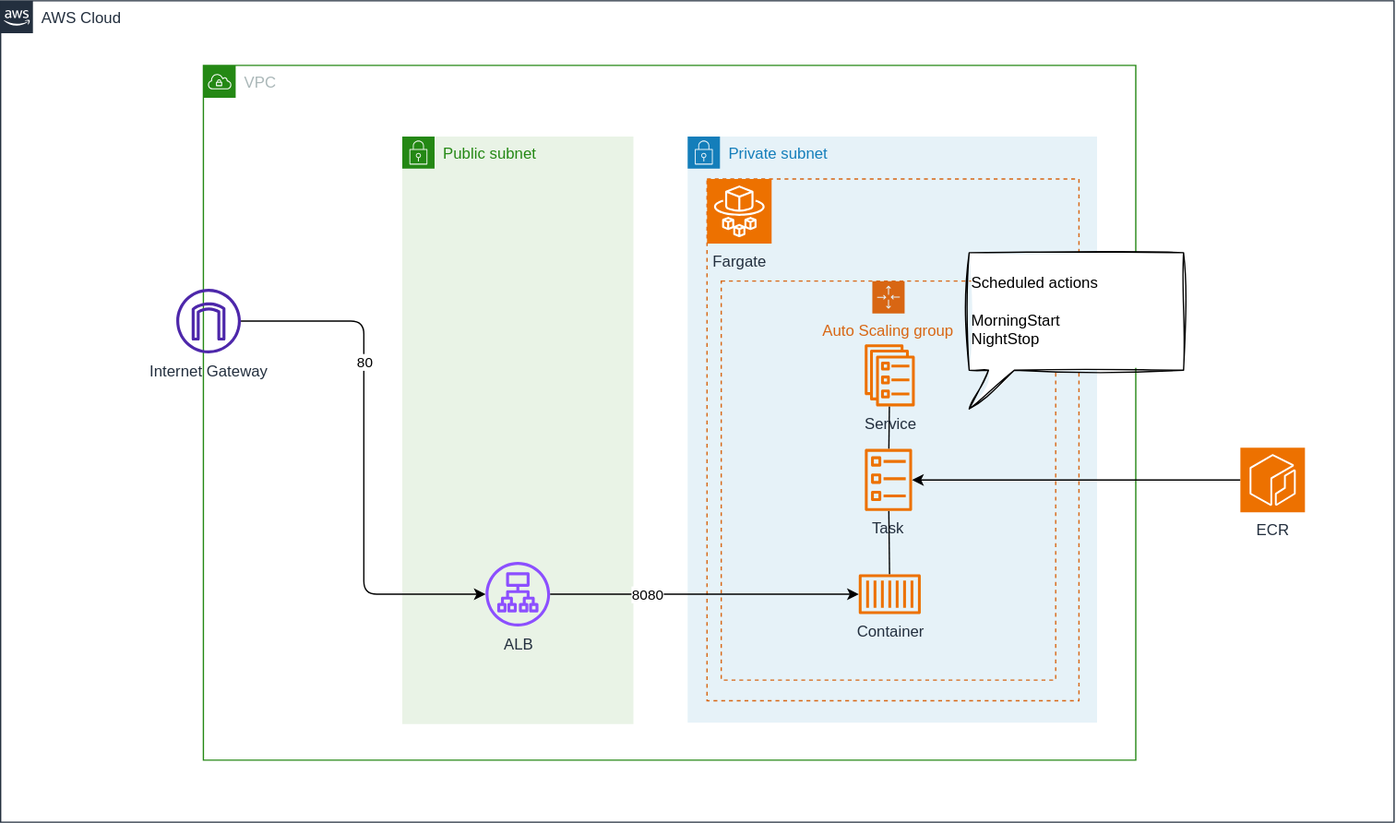
ishiharatma/aws-cdk-reference-architectures keeps this draw.io diagram as infrastructure/cdk-workspaces/workspaces/ecs-fargate-alb/overview.drawio.svg. Above is the earlier version. Source tidied: cells renumbered, new cells last; positions are measured from the earlier drawing's top-left corner, leaving out a move shared by most shapes.
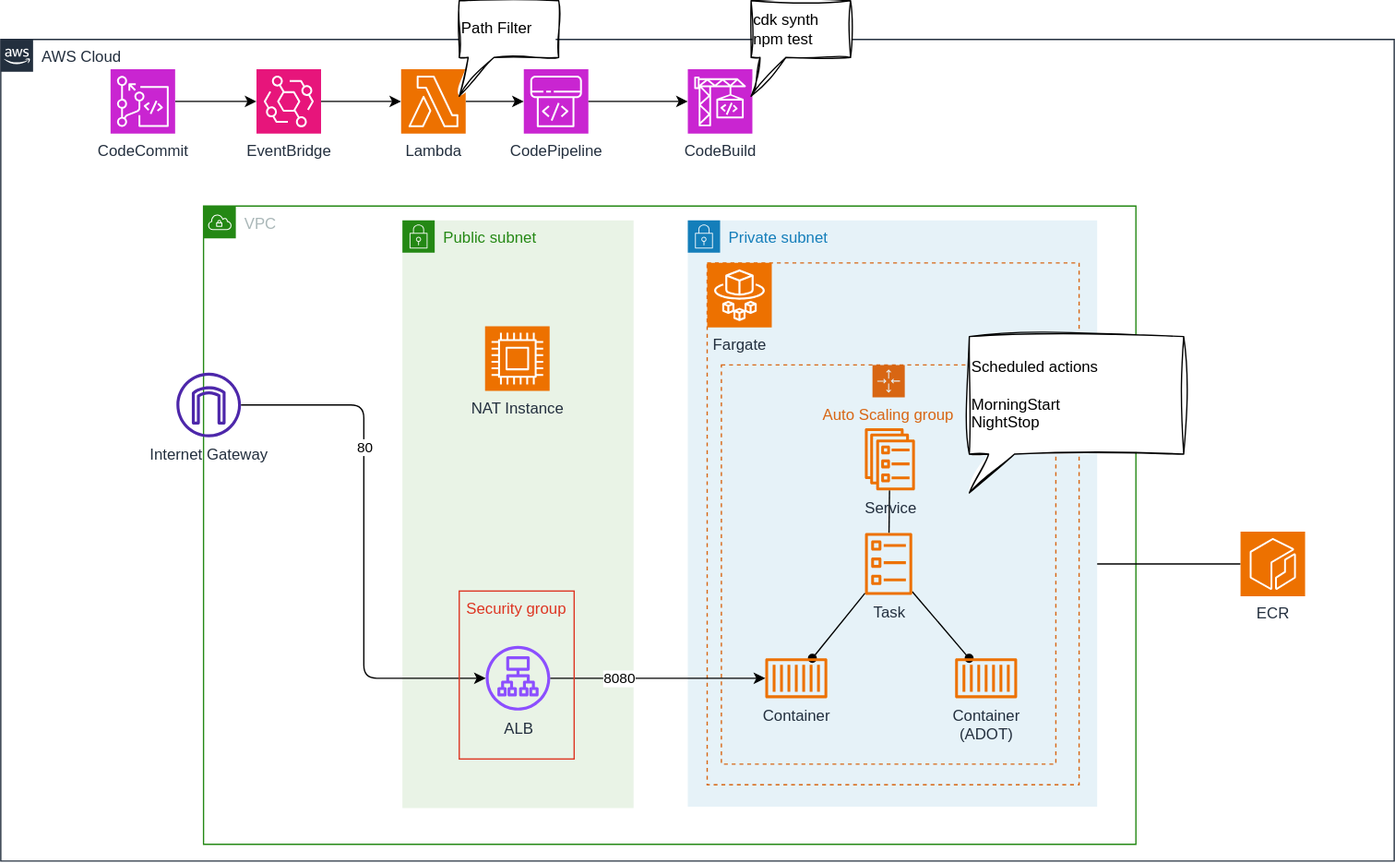
The same diagram one commit later.

Diff of the diagram source:
```diff
@@ -6,10 +6,16 @@
       <mxGeometry width="1079" height="636" as="geometry" />
     </mxCell>
     <mxCell id="3" value="VPC" style="gradientColor=none;html=1;whiteSpace=wrap;fontSize=12;fontStyle=0;shape=mxgraph.aws4.group;grIcon=mxgraph.aws4.group_vpc;strokeColor=#248814;fillColor=none;verticalAlign=top;align=left;spacingLeft=30;fontColor=#AAB7B8;dashed=0;" parent="2" vertex="1">
-      <mxGeometry x="157" y="50" width="722" height="538" as="geometry" />
+      <mxGeometry x="157" y="129" width="722" height="494" as="geometry" />
     </mxCell>
+    <mxCell id="20" style="edgeStyle=none;html=1;" parent="2" edge="1" source="21" target="11">
+      <mxGeometry relative="1" as="geometry" />
+    </mxCell>
+    <mxCell id="21" value="ECR" style="sketch=0;points=[[0,0,0],[0.25,0,0],[0.5,0,0],[0.75,0,0],[1,0,0],[0,1,0],[0.25,1,0],[0.5,1,0],[0.75,1,0],[1,1,0],[0,0.25,0],[0,0.5,0],[0,0.75,0],[1,0.25,0],[1,0.5,0],[1,0.75,0]];outlineConnect=0;fontColor=#232F3E;fillColor=#ED7100;strokeColor=#ffffff;dashed=0;verticalLabelPosition=bottom;verticalAlign=top;align=center;html=1;fontSize=12;fontStyle=0;shape=mxgraph.aws4.resourceIcon;resIcon=mxgraph.aws4.ecr;" parent="2" vertex="1">
+      <mxGeometry x="960" y="381" width="50" height="50" as="geometry" />
+    </mxCell>
-    <mxCell id="4" value="Private subnet" style="gradientColor=none;html=1;whiteSpace=wrap;fontSize=12;fontStyle=0;shape=mxgraph.aws4.group;grIcon=mxgraph.aws4.group_security_group;grStroke=0;strokeColor=#147EBA;fillColor=#E6F2F8;verticalAlign=top;align=left;spacingLeft=30;fontColor=#147EBA;dashed=0;" parent="3" vertex="1">
-      <mxGeometry x="375" y="55" width="317" height="454" as="geometry" />
+    <mxCell id="4" value="Private subnet" style="gradientColor=none;html=1;whiteSpace=wrap;fontSize=12;fontStyle=0;shape=mxgraph.aws4.group;grIcon=mxgraph.aws4.group_security_group;grStroke=0;strokeColor=#147EBA;fillColor=#E6F2F8;verticalAlign=top;align=left;spacingLeft=30;fontColor=#147EBA;dashed=0;" parent="2" vertex="1">
+      <mxGeometry x="532" y="140" width="317" height="454" as="geometry" />
     </mxCell>
     <mxCell id="5" style="fillColor=none;strokeColor=#D86613;dashed=1;verticalAlign=top;fontStyle=0;fontColor=#D86613;whiteSpace=wrap;html=1;align=center;spacingTop=25;fontFamily=Helvetica;fontSize=12;gradientColor=none;" parent="4" vertex="1">
       <mxGeometry x="15" y="33" width="288" height="404" as="geometry" />
@@ -26,44 +32,83 @@
     <mxCell id="9" value="Service" style="sketch=0;outlineConnect=0;fontColor=#232F3E;gradientColor=none;fillColor=#ED7100;strokeColor=none;dashed=0;verticalLabelPosition=bottom;verticalAlign=top;align=center;html=1;fontSize=12;fontStyle=0;shape=mxgraph.aws4.ecs_service;" parent="4" vertex="1">
       <mxGeometry x="137" y="161" width="39" height="48" as="geometry" />
     </mxCell>
-    <mxCell id="10" style="edgeStyle=none;html=1;endArrow=none;endFill=0;" parent="4" edge="1" source="11" target="12">
+    <mxCell id="10" style="edgeStyle=none;html=1;endArrow=oval;endFill=1;" parent="4" edge="1" source="11" target="12">
       <mxGeometry relative="1" as="geometry" />
     </mxCell>
+    <mxCell id="23" style="edgeStyle=none;html=1;endArrow=oval;endFill=1;" parent="4" edge="1" source="11" target="24">
+      <mxGeometry relative="1" as="geometry" />
+    </mxCell>
     <mxCell id="11" value="Task" style="sketch=0;outlineConnect=0;fontColor=#232F3E;gradientColor=none;fillColor=#ED7100;strokeColor=none;dashed=0;verticalLabelPosition=bottom;verticalAlign=top;align=center;html=1;fontSize=12;fontStyle=0;shape=mxgraph.aws4.ecs_task;" parent="4" vertex="1">
       <mxGeometry x="137" y="242" width="37" height="48" as="geometry" />
     </mxCell>
     <mxCell id="12" value="Container" style="sketch=0;outlineConnect=0;fontColor=#232F3E;gradientColor=none;fillColor=#ED7100;strokeColor=none;dashed=0;verticalLabelPosition=bottom;verticalAlign=top;align=center;html=1;fontSize=12;fontStyle=0;shape=mxgraph.aws4.container_1;" parent="4" vertex="1">
-      <mxGeometry x="132.5" y="339" width="48" height="31" as="geometry" />
+      <mxGeometry x="60" y="339" width="48" height="31" as="geometry" />
     </mxCell>
+    <mxCell id="24" value="Container&lt;br&gt;(ADOT)" style="sketch=0;outlineConnect=0;fontColor=#232F3E;gradientColor=none;fillColor=#ED7100;strokeColor=none;dashed=0;verticalLabelPosition=bottom;verticalAlign=top;align=center;html=1;fontSize=12;fontStyle=0;shape=mxgraph.aws4.container_1;" parent="4" vertex="1">
+      <mxGeometry x="207" y="339" width="48" height="31" as="geometry" />
+    </mxCell>
-    <mxCell id="13" value="Public subnet" style="gradientColor=none;html=1;whiteSpace=wrap;fontSize=12;fontStyle=0;shape=mxgraph.aws4.group;grIcon=mxgraph.aws4.group_security_group;grStroke=0;strokeColor=#248814;fillColor=#E9F3E6;verticalAlign=top;align=left;spacingLeft=30;fontColor=#248814;dashed=0;" parent="3" vertex="1">
-      <mxGeometry x="154" y="55" width="179" height="455" as="geometry" />
+    <mxCell id="13" value="Public subnet" style="gradientColor=none;html=1;whiteSpace=wrap;fontSize=12;fontStyle=0;shape=mxgraph.aws4.group;grIcon=mxgraph.aws4.group_security_group;grStroke=0;strokeColor=#248814;fillColor=#E9F3E6;verticalAlign=top;align=left;spacingLeft=30;fontColor=#248814;dashed=0;" parent="2" vertex="1">
+      <mxGeometry x="311" y="140" width="179" height="455" as="geometry" />
     </mxCell>
     <mxCell id="14" value="ALB" style="sketch=0;outlineConnect=0;fontColor=#232F3E;gradientColor=none;fillColor=#8C4FFF;strokeColor=none;dashed=0;verticalLabelPosition=bottom;verticalAlign=top;align=center;html=1;fontSize=12;fontStyle=0;shape=mxgraph.aws4.application_load_balancer;" parent="13" vertex="1">
       <mxGeometry x="64.5" y="329.5" width="50" height="50" as="geometry" />
     </mxCell>
-    <mxCell id="15" value="Internet Gateway" style="sketch=0;outlineConnect=0;fontColor=#232F3E;gradientColor=none;fillColor=#4D27AA;strokeColor=none;dashed=0;verticalLabelPosition=bottom;verticalAlign=top;align=center;html=1;fontSize=12;fontStyle=0;shape=mxgraph.aws4.internet_gateway;" parent="3" vertex="1">
-      <mxGeometry x="-21" y="173" width="50" height="50" as="geometry" />
+    <mxCell id="15" value="Internet Gateway" style="sketch=0;outlineConnect=0;fontColor=#232F3E;gradientColor=none;fillColor=#4D27AA;strokeColor=none;dashed=0;verticalLabelPosition=bottom;verticalAlign=top;align=center;html=1;fontSize=12;fontStyle=0;shape=mxgraph.aws4.internet_gateway;" parent="2" vertex="1">
+      <mxGeometry x="136" y="258" width="50" height="50" as="geometry" />
     </mxCell>
-    <mxCell id="16" style="edgeStyle=none;html=1;" parent="3" edge="1" source="14" target="12">
+    <mxCell id="16" style="edgeStyle=none;html=1;" parent="2" edge="1" source="14" target="12">
       <mxGeometry relative="1" as="geometry" />
     </mxCell>
     <mxCell id="17" value="8080" style="edgeLabel;html=1;align=center;verticalAlign=middle;" parent="16" vertex="1">
       <mxGeometry x="-0.37" relative="1" as="geometry" />
     </mxCell>
-    <mxCell id="18" style="edgeStyle=elbowEdgeStyle;html=1;" parent="3" edge="1" source="15" target="14">
+    <mxCell id="18" style="edgeStyle=elbowEdgeStyle;html=1;" parent="2" edge="1" source="15" target="14">
       <mxGeometry relative="1" as="geometry" />
     </mxCell>
     <mxCell id="19" value="80" style="edgeLabel;html=1;align=center;verticalAlign=middle;" parent="18" vertex="1">
       <mxGeometry x="-0.37" relative="1" as="geometry" />
     </mxCell>
-    <mxCell id="20" style="edgeStyle=none;html=1;" parent="2" edge="1" source="21" target="11">
-      <mxGeometry relative="1" as="geometry" />
-    </mxCell>
-    <mxCell id="21" value="ECR" style="sketch=0;points=[[0,0,0],[0.25,0,0],[0.5,0,0],[0.75,0,0],[1,0,0],[0,1,0],[0.25,1,0],[0.5,1,0],[0.75,1,0],[1,1,0],[0,0.25,0],[0,0.5,0],[0,0.75,0],[1,0.25,0],[1,0.5,0],[1,0.75,0]];outlineConnect=0;fontColor=#232F3E;fillColor=#ED7100;strokeColor=#ffffff;dashed=0;verticalLabelPosition=bottom;verticalAlign=top;align=center;html=1;fontSize=12;fontStyle=0;shape=mxgraph.aws4.resourceIcon;resIcon=mxgraph.aws4.ecr;" parent="2" vertex="1">
-      <mxGeometry x="960" y="346" width="50" height="50" as="geometry" />
-    </mxCell>
-    <mxCell id="22" value="&lt;div&gt;&lt;font color=&quot;#000000&quot;&gt;Scheduled actions&lt;/font&gt;&lt;/div&gt;&lt;div&gt;&lt;font color=&quot;#000000&quot;&gt;&lt;br&gt;&lt;/font&gt;&lt;/div&gt;&lt;div&gt;&lt;font color=&quot;#000000&quot;&gt;MorningStart&lt;/font&gt;&lt;/div&gt;&lt;div&gt;&lt;font color=&quot;#000000&quot;&gt;NightStop&lt;/font&gt;&lt;/div&gt;" style="shape=callout;whiteSpace=wrap;html=1;perimeter=calloutPerimeter;size=30;position=0.09;position2=0;align=left;sketch=1;curveFitting=1;jiggle=2;" parent="2" vertex="1">
-      <mxGeometry x="750" y="195" width="166" height="121" as="geometry" />
+    <mxCell id="22" value="&lt;div&gt;&lt;font color=&quot;#000000&quot;&gt;Scheduled actions&lt;/font&gt;&lt;/div&gt;&lt;div&gt;&lt;font color=&quot;#000000&quot;&gt;&lt;br&gt;&lt;/font&gt;&lt;/div&gt;&lt;div&gt;&lt;font color=&quot;#000000&quot;&gt;MorningStart&lt;/font&gt;&lt;/div&gt;&lt;div&gt;&lt;font color=&quot;#000000&quot;&gt;NightStop&lt;/font&gt;&lt;/div&gt;" style="shape=callout;whiteSpace=wrap;html=1;perimeter=calloutPerimeter;size=30;position=0.09;position2=0;align=left;sketch=1;curveFitting=1;jiggle=2;" parent="1" vertex="1">
+      <mxGeometry x="750" y="230" width="166" height="121" as="geometry" />
     </mxCell>
+    <mxCell id="25" style="edgeStyle=none;html=1;" parent="1" edge="1" source="26" target="30">
+      <mxGeometry relative="1" as="geometry" />
+    </mxCell>
+    <mxCell id="26" value="CodeCommit" style="sketch=0;points=[[0,0,0],[0.25,0,0],[0.5,0,0],[0.75,0,0],[1,0,0],[0,1,0],[0.25,1,0],[0.5,1,0],[0.75,1,0],[1,1,0],[0,0.25,0],[0,0.5,0],[0,0.75,0],[1,0.25,0],[1,0.5,0],[1,0.75,0]];outlineConnect=0;fontColor=#232F3E;fillColor=#C925D1;strokeColor=#ffffff;dashed=0;verticalLabelPosition=bottom;verticalAlign=top;align=center;html=1;fontSize=12;fontStyle=0;shape=mxgraph.aws4.resourceIcon;resIcon=mxgraph.aws4.codecommit;" parent="1" vertex="1">
+      <mxGeometry x="85" y="23" width="50" height="50" as="geometry" />
+    </mxCell>
+    <mxCell id="27" value="CodeBuild" style="sketch=0;points=[[0,0,0],[0.25,0,0],[0.5,0,0],[0.75,0,0],[1,0,0],[0,1,0],[0.25,1,0],[0.5,1,0],[0.75,1,0],[1,1,0],[0,0.25,0],[0,0.5,0],[0,0.75,0],[1,0.25,0],[1,0.5,0],[1,0.75,0]];outlineConnect=0;fontColor=#232F3E;fillColor=#C925D1;strokeColor=#ffffff;dashed=0;verticalLabelPosition=bottom;verticalAlign=top;align=center;html=1;fontSize=12;fontStyle=0;shape=mxgraph.aws4.resourceIcon;resIcon=mxgraph.aws4.codebuild;" parent="1" vertex="1">
+      <mxGeometry x="532" y="23" width="50" height="50" as="geometry" />
+    </mxCell>
+    <mxCell id="28" value="CodePipeline" style="sketch=0;points=[[0,0,0],[0.25,0,0],[0.5,0,0],[0.75,0,0],[1,0,0],[0,1,0],[0.25,1,0],[0.5,1,0],[0.75,1,0],[1,1,0],[0,0.25,0],[0,0.5,0],[0,0.75,0],[1,0.25,0],[1,0.5,0],[1,0.75,0]];outlineConnect=0;fontColor=#232F3E;fillColor=#C925D1;strokeColor=#ffffff;dashed=0;verticalLabelPosition=bottom;verticalAlign=top;align=center;html=1;fontSize=12;fontStyle=0;shape=mxgraph.aws4.resourceIcon;resIcon=mxgraph.aws4.codepipeline;" parent="1" vertex="1">
+      <mxGeometry x="405" y="23" width="50" height="50" as="geometry" />
+    </mxCell>
+    <mxCell id="29" style="edgeStyle=none;html=1;entryX=0;entryY=0.5;entryDx=0;entryDy=0;entryPerimeter=0;" parent="1" edge="1" source="28" target="27">
+      <mxGeometry relative="1" as="geometry" />
+    </mxCell>
+    <mxCell id="30" value="EventBridge" style="sketch=0;points=[[0,0,0],[0.25,0,0],[0.5,0,0],[0.75,0,0],[1,0,0],[0,1,0],[0.25,1,0],[0.5,1,0],[0.75,1,0],[1,1,0],[0,0.25,0],[0,0.5,0],[0,0.75,0],[1,0.25,0],[1,0.5,0],[1,0.75,0]];outlineConnect=0;fontColor=#232F3E;fillColor=#E7157B;strokeColor=#ffffff;dashed=0;verticalLabelPosition=bottom;verticalAlign=top;align=center;html=1;fontSize=12;fontStyle=0;shape=mxgraph.aws4.resourceIcon;resIcon=mxgraph.aws4.eventbridge;" parent="1" vertex="1">
+      <mxGeometry x="198" y="23" width="50" height="50" as="geometry" />
+    </mxCell>
+    <mxCell id="31" style="edgeStyle=none;html=1;" parent="1" edge="1" source="32" target="28">
+      <mxGeometry relative="1" as="geometry" />
+    </mxCell>
+    <mxCell id="32" value="Lambda" style="sketch=0;points=[[0,0,0],[0.25,0,0],[0.5,0,0],[0.75,0,0],[1,0,0],[0,1,0],[0.25,1,0],[0.5,1,0],[0.75,1,0],[1,1,0],[0,0.25,0],[0,0.5,0],[0,0.75,0],[1,0.25,0],[1,0.5,0],[1,0.75,0]];outlineConnect=0;fontColor=#232F3E;fillColor=#ED7100;strokeColor=#ffffff;dashed=0;verticalLabelPosition=bottom;verticalAlign=top;align=center;html=1;fontSize=12;fontStyle=0;shape=mxgraph.aws4.resourceIcon;resIcon=mxgraph.aws4.lambda;" parent="1" vertex="1">
+      <mxGeometry x="310" y="23" width="50" height="50" as="geometry" />
+    </mxCell>
+    <mxCell id="33" style="edgeStyle=none;html=1;entryX=0;entryY=0.5;entryDx=0;entryDy=0;entryPerimeter=0;" parent="1" edge="1" source="30" target="32">
+      <mxGeometry relative="1" as="geometry" />
+    </mxCell>
+    <mxCell id="34" value="&lt;div&gt;&lt;font color=&quot;#000000&quot;&gt;Path Filter&lt;/font&gt;&lt;/div&gt;" style="shape=callout;whiteSpace=wrap;html=1;perimeter=calloutPerimeter;size=30;position=0.09;position2=0;align=left;sketch=1;curveFitting=1;jiggle=2;" parent="1" vertex="1">
+      <mxGeometry x="355" y="-30" width="77" height="74" as="geometry" />
+    </mxCell>
+    <mxCell id="35" value="&lt;div&gt;&lt;font color=&quot;#000000&quot;&gt;cdk synth&lt;/font&gt;&lt;/div&gt;&lt;div&gt;&lt;font color=&quot;#000000&quot;&gt;npm test&lt;/font&gt;&lt;/div&gt;" style="shape=callout;whiteSpace=wrap;html=1;perimeter=calloutPerimeter;size=30;position=0.09;position2=0;align=left;sketch=1;curveFitting=1;jiggle=2;" parent="1" vertex="1">
+      <mxGeometry x="581" y="-30" width="77" height="74" as="geometry" />
+    </mxCell>
+    <mxCell id="36" value="NAT Instance" style="sketch=0;fontColor=#232F3E;fillColor=#ED7100;strokeColor=#ffffff;dashed=0;verticalLabelPosition=bottom;verticalAlign=top;align=center;html=1;fontSize=12;fontStyle=0;shape=mxgraph.aws4.resourceIcon;resIcon=mxgraph.aws4.compute;" parent="1" vertex="1">
+      <mxGeometry x="375" y="222" width="50" height="50" as="geometry" />
+    </mxCell>
+    <mxCell id="37" value="Security group" style="fillColor=none;strokeColor=#DD3522;verticalAlign=top;fontStyle=0;fontColor=#DD3522;whiteSpace=wrap;html=1;" parent="1" vertex="1">
+      <mxGeometry x="355" y="427" width="89" height="130" as="geometry" />
+    </mxCell>
   </root>
 </mxGraphModel>
```
